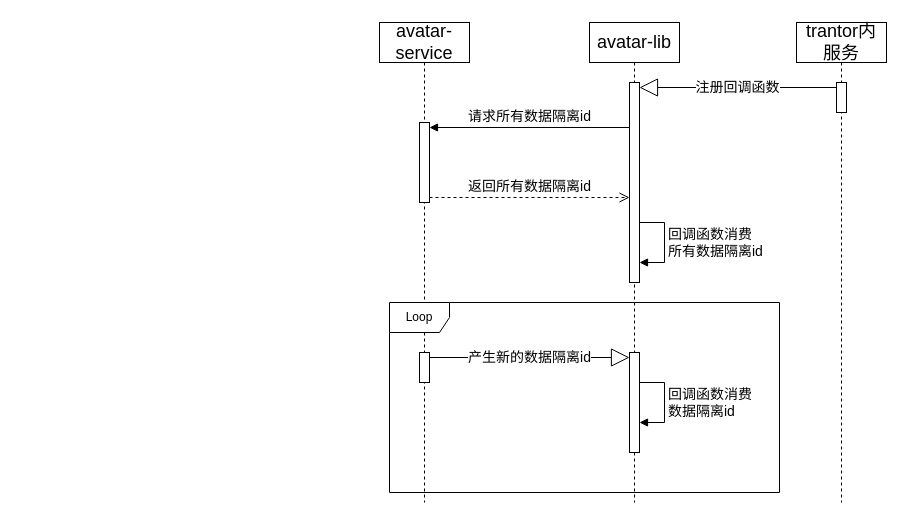
The draw.io diagram avatar时序图.drawio in 15083787153/go-gRPC, before the edit. Source tidied: cells renumbered, new cells numbered last; positions are measured from the earlier drawing's top-left corner, leaving out a move shared by most shapes. Both pictures are drawn from the tidied source at 100%, with x=0, y=0 at pixel (379, 22).
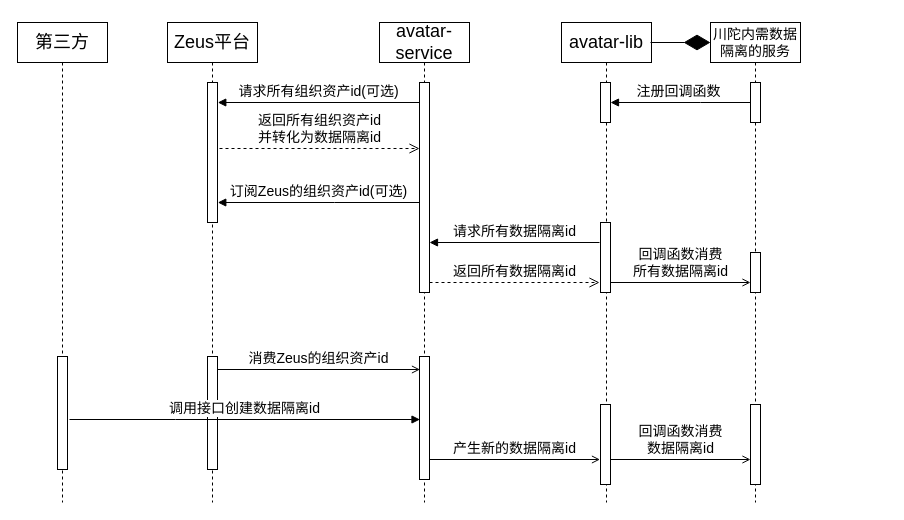
The same diagram, later.

Commit message:
更新avatar时序图.drawio

The change refers to these unchanged cells:
```xml
<mxCell id="8" value="&lt;font style=&quot;font-size: 18px;&quot;&gt;avatar-service&lt;/font&gt;" style="shape=umlLifeline;perimeter=lifelinePerimeter;whiteSpace=wrap;html=1;newEdgeStyle={&quot;curved&quot;:0,&quot;rounded&quot;:0};" parent="1" vertex="1">
  <mxGeometry width="90" height="480" as="geometry" />
</mxCell>
```

What changed in the source:
```diff
@@
     <mxCell id="2" value="&lt;font style=&quot;font-size: 18px;&quot;&gt;avatar-lib&lt;/font&gt;" style="shape=umlLifeline;perimeter=lifelinePerimeter;whiteSpace=wrap;html=1;newEdgeStyle={&quot;curved&quot;:0,&quot;rounded&quot;:0};" parent="1" vertex="1">
-      <mxGeometry x="210" width="90" height="480" as="geometry" />
+      <mxGeometry x="182" width="90" height="480" as="geometry" />
     </mxCell>
     <mxCell id="3" style="html=1;points=[[0,0,0,0,5],[0,1,0,0,-5],[1,0,0,0,5],[1,1,0,0,-5]];perimeter=orthogonalPerimeter;outlineConnect=0;targetShapes=umlLifeline;portConstraint=eastwest;newEdgeStyle={&quot;curved&quot;:0,&quot;rounded&quot;:0};" parent="2" vertex="1">
-      <mxGeometry x="40" y="60" width="10" height="200" as="geometry" />
+      <mxGeometry x="39" y="200" width="10" height="70" as="geometry" />
     </mxCell>
-    <mxCell id="4" value="&lt;font style=&quot;font-size: 14px;&quot;&gt;回调函数消费&lt;br&gt;所有数据隔离id&lt;/font&gt;" style="html=1;align=left;spacingLeft=2;endArrow=block;rounded=0;edgeStyle=orthogonalEdgeStyle;curved=0;rounded=0;" parent="2" edge="1" source="3">
-      <mxGeometry relative="1" as="geometry">
-        <mxPoint x="50" y="240" as="targetPoint" />
-        <Array as="points">
-          <mxPoint x="75" y="200" />
-          <mxPoint x="75" y="240" />
-        </Array>
-      </mxGeometry>
-    </mxCell>
     <mxCell id="5" style="html=1;points=[[0,0,0,0,5],[0,1,0,0,-5],[1,0,0,0,5],[1,1,0,0,-5]];perimeter=orthogonalPerimeter;outlineConnect=0;targetShapes=umlLifeline;portConstraint=eastwest;newEdgeStyle={&quot;curved&quot;:0,&quot;rounded&quot;:0};" parent="2" vertex="1">
-      <mxGeometry x="40" y="330" width="10" height="100" as="geometry" />
+      <mxGeometry x="39" y="382" width="10" height="80" as="geometry" />
     </mxCell>
+    <mxCell id="17" style="html=1;perimeter=orthogonalPerimeter;targetShapes=umlLifeline;newEdgeStyle={&quot;curved&quot;:0,&quot;rounded&quot;:0};" parent="2" vertex="1">
+      <mxGeometry x="39" y="60" width="10" height="40" as="geometry" />
+    </mxCell>
-    <mxCell id="6" value="&lt;span style=&quot;font-size: 18px;&quot;&gt;trantor内服务&lt;/span&gt;" style="shape=umlLifeline;perimeter=lifelinePerimeter;whiteSpace=wrap;html=1;newEdgeStyle={&quot;curved&quot;:0,&quot;rounded&quot;:0};" parent="1" vertex="1">
-      <mxGeometry x="417" width="90" height="480" as="geometry" />
+    <mxCell id="6" value="&lt;font style=&quot;font-size: 14px;&quot;&gt;川陀内需数据隔离的服务&lt;/font&gt;" style="shape=umlLifeline;perimeter=lifelinePerimeter;whiteSpace=wrap;html=1;newEdgeStyle={&quot;curved&quot;:0,&quot;rounded&quot;:0};" parent="1" vertex="1">
+      <mxGeometry x="331" width="90" height="480" as="geometry" />
     </mxCell>
-    <mxCell id="7" style="html=1;points=[[0,0,0,0,5],[0,1,0,0,-5],[1,0,0,0,5],[1,1,0,0,-5]];perimeter=orthogonalPerimeter;outlineConnect=0;targetShapes=umlLifeline;portConstraint=eastwest;newEdgeStyle={&quot;curved&quot;:0,&quot;rounded&quot;:0};" parent="6" vertex="1">
-      <mxGeometry x="40" y="60" width="10" height="30" as="geometry" />
-    </mxCell>
+    <mxCell id="18" style="html=1;perimeter=orthogonalPerimeter;targetShapes=umlLifeline;newEdgeStyle={&quot;curved&quot;:0,&quot;rounded&quot;:0};" parent="6" vertex="1">
+      <mxGeometry x="40" y="230" width="10" height="40" as="geometry" />
+    </mxCell>
+    <mxCell id="19" style="html=1;perimeter=orthogonalPerimeter;targetShapes=umlLifeline;newEdgeStyle={&quot;curved&quot;:0,&quot;rounded&quot;:0};" parent="6" vertex="1">
+      <mxGeometry x="40" y="60" width="10" height="40" as="geometry" />
+    </mxCell>
@@
     <mxCell id="9" style="html=1;points=[[0,0,0,0,5],[0,1,0,0,-5],[1,0,0,0,5],[1,1,0,0,-5]];perimeter=orthogonalPerimeter;outlineConnect=0;targetShapes=umlLifeline;portConstraint=eastwest;newEdgeStyle={&quot;curved&quot;:0,&quot;rounded&quot;:0};" parent="8" vertex="1">
-      <mxGeometry x="40" y="100" width="10" height="80" as="geometry" />
+      <mxGeometry x="40" y="60" width="10" height="210" as="geometry" />
     </mxCell>
-    <mxCell id="10" style="html=1;points=[[0,0,0,0,5],[0,1,0,0,-5],[1,0,0,0,5],[1,1,0,0,-5]];perimeter=orthogonalPerimeter;outlineConnect=0;targetShapes=umlLifeline;portConstraint=eastwest;newEdgeStyle={&quot;curved&quot;:0,&quot;rounded&quot;:0};" parent="8" vertex="1">
-      <mxGeometry x="40" y="330" width="10" height="30" as="geometry" />
-    </mxCell>
-    <mxCell id="11" value="&lt;font style=&quot;font-size: 14px;&quot;&gt;注册回调函数&lt;/font&gt;" style="endArrow=block;endSize=16;endFill=0;html=1;rounded=0;exitX=0;exitY=0;exitDx=0;exitDy=5;exitPerimeter=0;" parent="1" edge="1" source="7" target="3">
-      <mxGeometry relative="1" as="geometry" />
-    </mxCell>
+    <mxCell id="20" style="html=1;perimeter=orthogonalPerimeter;targetShapes=umlLifeline;newEdgeStyle={&quot;curved&quot;:0,&quot;rounded&quot;:0};" parent="8" vertex="1">
+      <mxGeometry x="40" y="334" width="10" height="123" as="geometry" />
+    </mxCell>
-    <mxCell id="12" value="&lt;span style=&quot;font-size: 14px;&quot;&gt;请求所有数据隔离id&lt;/span&gt;" style="html=1;verticalAlign=bottom;endArrow=block;curved=0;rounded=0;entryX=1;entryY=0;entryDx=0;entryDy=5;" parent="1" edge="1" source="3" target="9">
-      <mxGeometry relative="1" as="geometry" />
+    <mxCell id="12" value="&lt;span style=&quot;font-size: 14px;&quot;&gt;请求所有数据隔离id&lt;/span&gt;" style="html=1;verticalAlign=bottom;endArrow=block;curved=0;rounded=0;entryX=1;entryY=0;entryDx=0;entryDy=5;" parent="1" edge="1">
+      <mxGeometry relative="1" as="geometry">
+        <mxPoint x="220" y="220" as="sourcePoint" />
+        <mxPoint x="50" y="220" as="targetPoint" />
+      </mxGeometry>
     </mxCell>
-    <mxCell id="13" value="&lt;font style=&quot;font-size: 14px;&quot;&gt;返回所有数据隔离id&lt;/font&gt;" style="html=1;verticalAlign=bottom;endArrow=open;dashed=1;endSize=8;curved=0;rounded=0;exitX=1;exitY=1;exitDx=0;exitDy=-5;" parent="1" edge="1" source="9" target="3">
-      <mxGeometry relative="1" as="geometry" />
+    <mxCell id="13" value="&lt;font style=&quot;font-size: 14px;&quot;&gt;返回所有数据隔离id&lt;/font&gt;" style="html=1;verticalAlign=bottom;endArrow=open;dashed=1;endSize=8;curved=0;rounded=0;exitX=1;exitY=1;exitDx=0;exitDy=-5;" parent="1" edge="1">
+      <mxGeometry relative="1" as="geometry">
+        <mxPoint x="50" y="260" as="sourcePoint" />
+        <mxPoint x="220" y="260" as="targetPoint" />
+      </mxGeometry>
     </mxCell>
-    <mxCell id="14" value="Loop" style="shape=umlFrame;whiteSpace=wrap;html=1;" parent="1" vertex="1">
-      <mxGeometry x="10" y="280" width="390" height="190" as="geometry" />
-    </mxCell>
+    <mxCell id="21" value="&lt;font style=&quot;font-size: 18px;&quot;&gt;Zeus平台&lt;/font&gt;" style="shape=umlLifeline;perimeter=lifelinePerimeter;whiteSpace=wrap;html=1;newEdgeStyle={&quot;curved&quot;:0,&quot;rounded&quot;:0};" parent="1" vertex="1">
+      <mxGeometry x="-212" width="90" height="480" as="geometry" />
+    </mxCell>
+    <mxCell id="22" style="html=1;points=[[0,0,0,0,5],[0,1,0,0,-5],[1,0,0,0,5],[1,1,0,0,-5]];perimeter=orthogonalPerimeter;outlineConnect=0;targetShapes=umlLifeline;portConstraint=eastwest;newEdgeStyle={&quot;curved&quot;:0,&quot;rounded&quot;:0};" parent="21" vertex="1">
+      <mxGeometry x="40" y="334" width="10" height="113" as="geometry" />
+    </mxCell>
+    <mxCell id="23" style="html=1;perimeter=orthogonalPerimeter;targetShapes=umlLifeline;newEdgeStyle={&quot;curved&quot;:0,&quot;rounded&quot;:0};" parent="21" vertex="1">
+      <mxGeometry x="40" y="60" width="10" height="140" as="geometry" />
+    </mxCell>
+    <mxCell id="24" value="&lt;span style=&quot;font-size: 18px;&quot;&gt;第三方&lt;/span&gt;" style="shape=umlLifeline;perimeter=lifelinePerimeter;whiteSpace=wrap;html=1;newEdgeStyle={&quot;curved&quot;:0,&quot;rounded&quot;:0};" parent="1" vertex="1">
+      <mxGeometry x="-362" width="90" height="480" as="geometry" />
+    </mxCell>
+    <mxCell id="25" style="html=1;perimeter=orthogonalPerimeter;targetShapes=umlLifeline;newEdgeStyle={&quot;curved&quot;:0,&quot;rounded&quot;:0};" parent="24" vertex="1">
+      <mxGeometry x="40" y="334" width="10" height="113" as="geometry" />
+    </mxCell>
+    <mxCell id="26" value="&lt;span style=&quot;font-size: 14px;&quot;&gt;请求所有组织资产id(可选)&lt;/span&gt;" style="html=1;verticalAlign=bottom;endArrow=block;curved=0;rounded=0;" parent="1" edge="1">
+      <mxGeometry relative="1" as="geometry">
+        <mxPoint x="40" y="80" as="sourcePoint" />
+        <mxPoint x="-161.7" y="80" as="targetPoint" />
+      </mxGeometry>
+    </mxCell>
+    <mxCell id="27" value="&lt;font style=&quot;font-size: 14px;&quot;&gt;返回所有组织资产id&lt;br&gt;并转化为数据隔离id&lt;/font&gt;" style="html=1;verticalAlign=bottom;endArrow=open;dashed=1;endSize=8;curved=0;rounded=0;" parent="1" edge="1">
+      <mxGeometry relative="1" as="geometry">
+        <mxPoint x="-160" y="126" as="sourcePoint" />
+        <mxPoint x="40" y="126" as="targetPoint" />
+      </mxGeometry>
+    </mxCell>
+    <mxCell id="28" style="endArrow=diamondThin;endFill=1;endSize=24;html=1;rounded=0;" parent="1" edge="1">
+      <mxGeometry relative="1" as="geometry">
+        <mxPoint x="271" y="20" as="sourcePoint" />
+        <mxPoint x="331" y="20" as="targetPoint" />
+      </mxGeometry>
+    </mxCell>
+    <mxCell id="29" style="html=1;points=[[0,0,0,0,5],[0,1,0,0,-5],[1,0,0,0,5],[1,1,0,0,-5]];perimeter=orthogonalPerimeter;outlineConnect=0;targetShapes=umlLifeline;portConstraint=eastwest;newEdgeStyle={&quot;curved&quot;:0,&quot;rounded&quot;:0};" parent="1" vertex="1">
+      <mxGeometry x="371" y="382" width="10" height="80" as="geometry" />
+    </mxCell>
+    <mxCell id="30" value="&lt;font style=&quot;font-size: 14px;&quot;&gt;订阅Zeus的组织资产id(可选)&lt;/font&gt;" style="html=1;verticalAlign=bottom;endArrow=block;curved=0;rounded=0;" parent="1" edge="1">
+      <mxGeometry relative="1" as="geometry">
+        <mxPoint x="40" y="180" as="sourcePoint" />
+        <mxPoint x="-161.7" y="180" as="targetPoint" />
+        <Array as="points">
+          <mxPoint x="-45" y="180" />
+        </Array>
+      </mxGeometry>
+    </mxCell>
+    <mxCell id="31" value="&lt;font style=&quot;font-size: 14px;&quot;&gt;调用接口创建数据隔离id&lt;/font&gt;" style="html=1;verticalAlign=bottom;endArrow=block;curved=0;rounded=0;" parent="1" edge="1">
+      <mxGeometry relative="1" as="geometry">
+        <mxPoint x="-310" y="397" as="sourcePoint" />
+        <mxPoint x="40.5" y="397" as="targetPoint" />
+        <Array as="points">
+          <mxPoint x="-204" y="397" />
+        </Array>
+      </mxGeometry>
+    </mxCell>
+    <mxCell id="32" value="&lt;font style=&quot;font-size: 14px;&quot;&gt;消费Zeus的&lt;span style=&quot;background-color: rgb(255, 255, 255);&quot;&gt;组织资产id&lt;/span&gt;&lt;/font&gt;" style="html=1;verticalAlign=bottom;labelBackgroundColor=none;endArrow=open;endFill=0;rounded=0;" parent="1" edge="1" source="22">
+      <mxGeometry relative="1" as="geometry">
+        <mxPoint x="40.5" y="347" as="targetPoint" />
+      </mxGeometry>
+    </mxCell>
+    <mxCell id="11" value="&lt;span style=&quot;font-size: 14px;&quot;&gt;注册回调函数&amp;nbsp;&lt;/span&gt;" style="html=1;verticalAlign=bottom;endArrow=block;curved=0;rounded=0;" parent="1" edge="1">
+      <mxGeometry relative="1" as="geometry">
+        <mxPoint x="371" y="80" as="sourcePoint" />
+        <mxPoint x="231" y="80" as="targetPoint" />
+        <Array as="points">
+          <mxPoint x="321" y="80" />
+        </Array>
+      </mxGeometry>
+    </mxCell>
+    <mxCell id="4" value="&lt;font style=&quot;font-size: 14px;&quot;&gt;回调函数消费&lt;br style=&quot;border-color: var(--border-color); background-color: rgb(255, 255, 255); text-align: left;&quot;&gt;&lt;span style=&quot;border-color: var(--border-color); background-color: rgb(255, 255, 255); text-align: left;&quot;&gt;所有数据隔离id&lt;/span&gt;&lt;/font&gt;" style="html=1;verticalAlign=bottom;labelBackgroundColor=none;endArrow=open;endFill=0;rounded=0;" parent="1" edge="1">
+      <mxGeometry relative="1" as="geometry">
+        <mxPoint x="231" y="260" as="sourcePoint" />
+        <mxPoint x="371" y="260" as="targetPoint" />
+      </mxGeometry>
+    </mxCell>
-    <mxCell id="15" value="&lt;span style=&quot;font-size: 14px;&quot;&gt;产生新的数据隔离id&lt;/span&gt;" style="endArrow=block;endSize=16;endFill=0;html=1;rounded=0;entryX=0;entryY=0;entryDx=0;entryDy=5;entryPerimeter=0;" parent="1" edge="1" source="10" target="5">
-      <mxGeometry relative="1" as="geometry" />
+    <mxCell id="15" value="&lt;font style=&quot;font-size: 14px;&quot;&gt;产生新的数据隔离id&lt;/font&gt;" style="html=1;verticalAlign=bottom;labelBackgroundColor=none;endArrow=open;endFill=0;rounded=0;" parent="1" edge="1">
+      <mxGeometry relative="1" as="geometry">
+        <mxPoint x="50" y="437" as="sourcePoint" />
+        <mxPoint x="220.5" y="437" as="targetPoint" />
+      </mxGeometry>
     </mxCell>
-    <mxCell id="16" value="&lt;font style=&quot;font-size: 14px;&quot;&gt;回调函数消费&lt;br&gt;数据隔离id&lt;/font&gt;" style="html=1;align=left;spacingLeft=2;endArrow=block;rounded=0;edgeStyle=orthogonalEdgeStyle;curved=0;rounded=0;" parent="1" edge="1">
+    <mxCell id="16" value="&lt;font style=&quot;font-size: 14px;&quot;&gt;回调函数消费&lt;br style=&quot;border-color: var(--border-color); background-color: rgb(255, 255, 255); text-align: left;&quot;&gt;&lt;span style=&quot;border-color: var(--border-color); background-color: rgb(255, 255, 255); text-align: left;&quot;&gt;数据隔离id&lt;/span&gt;&lt;/font&gt;" style="html=1;verticalAlign=bottom;labelBackgroundColor=none;endArrow=open;endFill=0;rounded=0;" parent="1" edge="1" target="29">
       <mxGeometry relative="1" as="geometry">
-        <mxPoint x="260" y="360" as="sourcePoint" />
-        <mxPoint x="260" y="400" as="targetPoint" />
-        <Array as="points">
-          <mxPoint x="285" y="360" />
-          <mxPoint x="285" y="400" />
-        </Array>
+        <mxPoint x="231" y="437" as="sourcePoint" />
       </mxGeometry>
     </mxCell>
```
